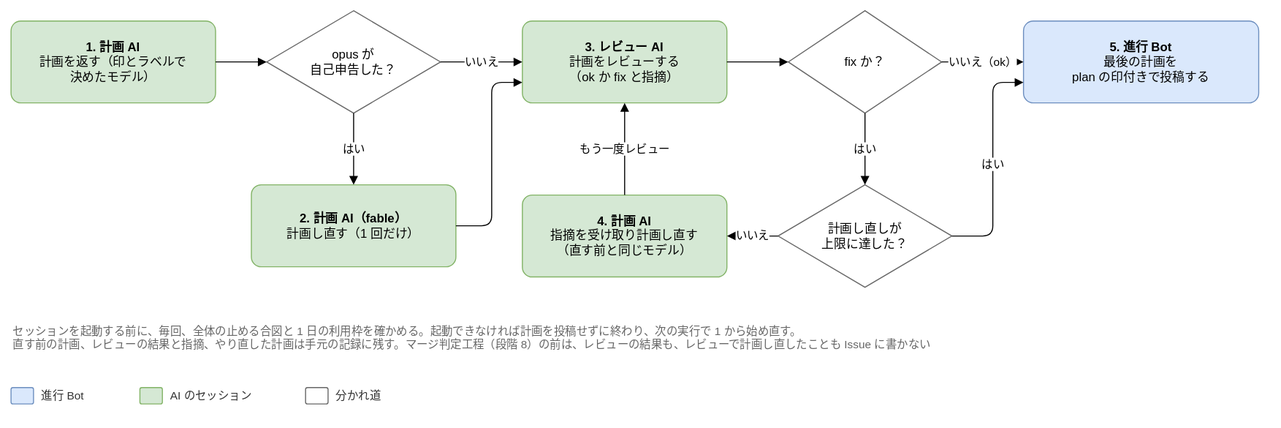
Earlier version of the draw.io export docs/design/basic/diagrams/02-plan-step.drawio.svg (Joymerrevent/dev-autopilot). Source tidied: cells renumbered, new cells last; positions are measured from the earlier drawing's top-left corner, leaving out a move shared by most shapes.
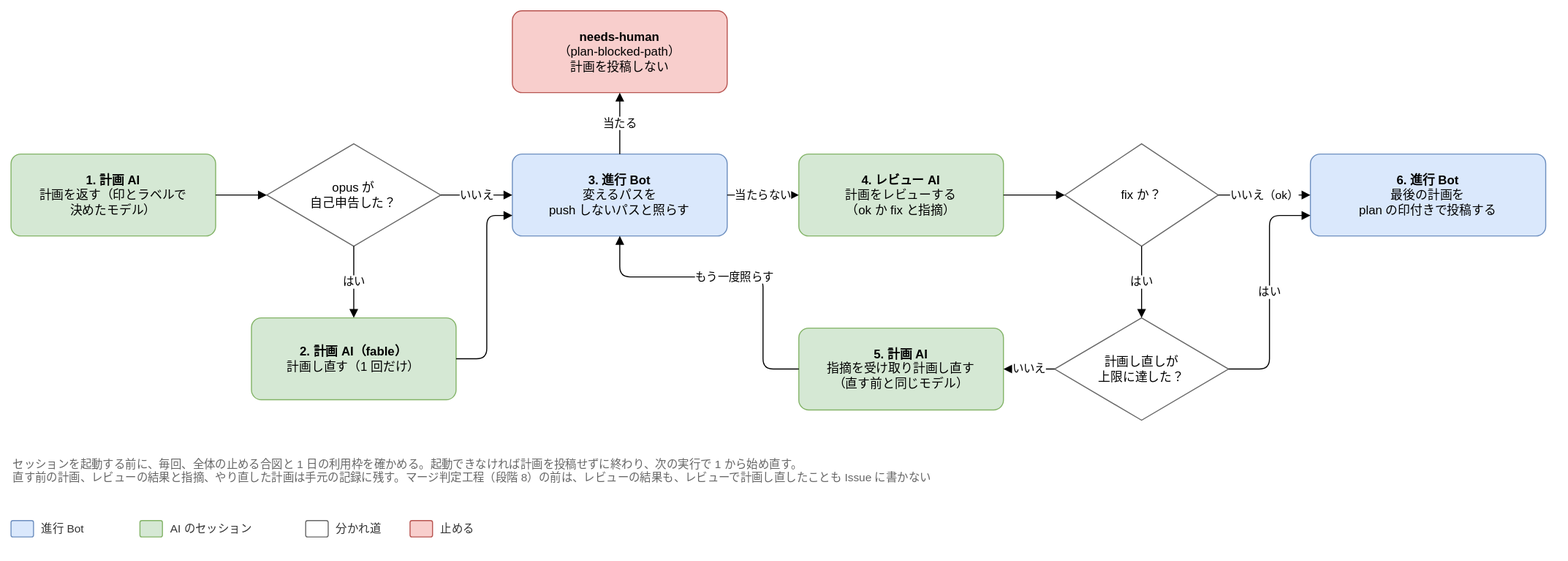
After the change.

Change to the diagram source:
```diff
@@ -11,63 +11,81 @@
     <mxCell id="4" value="&lt;b&gt;2. 計画 AI（fable）&lt;/b&gt;&lt;br&gt;計画し直す（1 回だけ）" style="rounded=1;whiteSpace=wrap;html=1;fontSize=12;arcSize=12;spacing=12;fillColor=#d5e8d4;strokeColor=#82b366;" parent="1" vertex="1">
       <mxGeometry x="235" y="170" width="200" height="80" as="geometry" />
     </mxCell>
-    <mxCell id="5" value="&lt;b&gt;3. レビュー AI&lt;/b&gt;&lt;br&gt;計画をレビューする&lt;br&gt;（ok か fix と指摘）" style="rounded=1;whiteSpace=wrap;html=1;fontSize=12;arcSize=12;spacing=12;fillColor=#d5e8d4;strokeColor=#82b366;" parent="1" vertex="1">
-      <mxGeometry x="500" y="10" width="200" height="80" as="geometry" />
-    </mxCell>
+    <mxCell id="27" value="&lt;b&gt;3. 進行 Bot&lt;/b&gt;&lt;br&gt;変えるパスを&lt;br&gt;push しないパスと照らす" style="rounded=1;whiteSpace=wrap;html=1;fontSize=12;arcSize=12;spacing=12;fillColor=#dae8fc;strokeColor=#6c8ebf;" parent="1" vertex="1">
+      <mxGeometry x="490" y="10" width="210" height="80" as="geometry" />
+    </mxCell>
+    <mxCell id="28" value="&lt;b&gt;needs-human&lt;/b&gt;&lt;br&gt;（plan-blocked-path）&lt;br&gt;計画を投稿しない" style="rounded=1;whiteSpace=wrap;html=1;fontSize=12;arcSize=12;spacing=12;fillColor=#f8cecc;strokeColor=#b85450;" parent="1" vertex="1">
+      <mxGeometry x="490" y="-130" width="210" height="80" as="geometry" />
+    </mxCell>
+    <mxCell id="8" value="&lt;b&gt;4. レビュー AI&lt;/b&gt;&lt;br&gt;計画をレビューする&lt;br&gt;（ok か fix と指摘）" style="rounded=1;whiteSpace=wrap;html=1;fontSize=12;arcSize=12;spacing=12;fillColor=#d5e8d4;strokeColor=#82b366;" parent="1" vertex="1">
+      <mxGeometry x="770" y="10" width="200" height="80" as="geometry" />
+    </mxCell>
     <mxCell id="6" value="fix か？" style="rhombus;whiteSpace=wrap;html=1;fontSize=12;spacing=12;fillColor=#ffffff;strokeColor=#666666;" parent="1" vertex="1">
-      <mxGeometry x="760" width="150" height="100" as="geometry" />
+      <mxGeometry x="1030" width="150" height="100" as="geometry" />
     </mxCell>
     <mxCell id="7" value="計画し直しが&lt;br&gt;上限に達した？" style="rhombus;whiteSpace=wrap;html=1;fontSize=12;spacing=12;fillColor=#ffffff;strokeColor=#666666;" parent="1" vertex="1">
-      <mxGeometry x="750" y="170" width="170" height="100" as="geometry" />
+      <mxGeometry x="1020" y="170" width="170" height="100" as="geometry" />
     </mxCell>
-    <mxCell id="8" value="&lt;b&gt;4. 計画 AI&lt;/b&gt;&lt;br&gt;指摘を受け取り計画し直す&lt;br&gt;（直す前と同じモデル）" style="rounded=1;whiteSpace=wrap;html=1;fontSize=12;arcSize=12;spacing=12;fillColor=#d5e8d4;strokeColor=#82b366;" parent="1" vertex="1">
-      <mxGeometry x="500" y="180" width="200" height="80" as="geometry" />
-    </mxCell>
-    <mxCell id="9" value="&lt;b&gt;5. 進行 Bot&lt;/b&gt;&lt;br&gt;最後の計画を&lt;br&gt;plan の印付きで投稿する" style="rounded=1;whiteSpace=wrap;html=1;fontSize=12;arcSize=12;spacing=12;fillColor=#dae8fc;strokeColor=#6c8ebf;" parent="1" vertex="1">
-      <mxGeometry x="990" y="10" width="230" height="80" as="geometry" />
+    <mxCell id="9" value="&lt;b&gt;5. 計画 AI&lt;/b&gt;&lt;br&gt;指摘を受け取り計画し直す&lt;br&gt;（直す前と同じモデル）" style="rounded=1;whiteSpace=wrap;html=1;fontSize=12;arcSize=12;spacing=12;fillColor=#d5e8d4;strokeColor=#82b366;" parent="1" vertex="1">
+      <mxGeometry x="770" y="180" width="200" height="80" as="geometry" />
     </mxCell>
+    <mxCell id="29" value="&lt;b&gt;6. 進行 Bot&lt;/b&gt;&lt;br&gt;最後の計画を&lt;br&gt;plan の印付きで投稿する" style="rounded=1;whiteSpace=wrap;html=1;fontSize=12;arcSize=12;spacing=12;fillColor=#dae8fc;strokeColor=#6c8ebf;" parent="1" vertex="1">
+      <mxGeometry x="1270" y="10" width="230" height="80" as="geometry" />
+    </mxCell>
     <mxCell id="10" style="edgeStyle=orthogonalEdgeStyle;rounded=1;html=1;endArrow=block;endFill=1;fontSize=11;labelBackgroundColor=#ffffff;exitX=1;exitY=0.5;exitDx=0;exitDy=0;entryX=0;entryY=0.5;entryDx=0;entryDy=0;" parent="1" edge="1" source="2" target="3">
       <mxGeometry relative="1" as="geometry" />
     </mxCell>
     <mxCell id="11" value="はい" style="edgeStyle=orthogonalEdgeStyle;rounded=1;html=1;endArrow=block;endFill=1;fontSize=11;labelBackgroundColor=#ffffff;exitX=0.5;exitY=1;exitDx=0;exitDy=0;entryX=0.5;entryY=0;entryDx=0;entryDy=0;" parent="1" edge="1" source="3" target="4">
       <mxGeometry relative="1" as="geometry" />
     </mxCell>
-    <mxCell id="12" value="いいえ" style="edgeStyle=orthogonalEdgeStyle;rounded=1;html=1;endArrow=block;endFill=1;fontSize=11;labelBackgroundColor=#ffffff;exitX=1;exitY=0.5;exitDx=0;exitDy=0;entryX=0;entryY=0.5;entryDx=0;entryDy=0;" parent="1" edge="1" source="3" target="5">
+    <mxCell id="12" value="いいえ" style="edgeStyle=orthogonalEdgeStyle;rounded=1;html=1;endArrow=block;endFill=1;fontSize=11;labelBackgroundColor=#ffffff;exitX=1;exitY=0.5;exitDx=0;exitDy=0;entryX=0;entryY=0.5;entryDx=0;entryDy=0;" parent="1" edge="1" source="3" target="27">
       <mxGeometry relative="1" as="geometry" />
     </mxCell>
-    <mxCell id="13" style="edgeStyle=orthogonalEdgeStyle;rounded=1;html=1;endArrow=block;endFill=1;fontSize=11;labelBackgroundColor=#ffffff;exitX=1;exitY=0.5;exitDx=0;exitDy=0;entryX=0;entryY=0.75;entryDx=0;entryDy=0;" parent="1" edge="1" source="4" target="5">
+    <mxCell id="13" style="edgeStyle=orthogonalEdgeStyle;rounded=1;html=1;endArrow=block;endFill=1;fontSize=11;labelBackgroundColor=#ffffff;exitX=1;exitY=0.5;exitDx=0;exitDy=0;entryX=0;entryY=0.75;entryDx=0;entryDy=0;" parent="1" edge="1" source="4" target="27">
       <mxGeometry relative="1" as="geometry">
         <Array as="points">
-          <mxPoint x="470" y="210" />
-          <mxPoint x="470" y="70" />
+          <mxPoint x="465" y="210" />
+          <mxPoint x="465" y="70" />
         </Array>
       </mxGeometry>
     </mxCell>
-    <mxCell id="14" style="edgeStyle=orthogonalEdgeStyle;rounded=1;html=1;endArrow=block;endFill=1;fontSize=11;labelBackgroundColor=#ffffff;exitX=1;exitY=0.5;exitDx=0;exitDy=0;entryX=0;entryY=0.5;entryDx=0;entryDy=0;" parent="1" edge="1" source="5" target="6">
+    <mxCell id="14" value="当たる" style="edgeStyle=orthogonalEdgeStyle;rounded=1;html=1;endArrow=block;endFill=1;fontSize=11;labelBackgroundColor=#ffffff;exitX=0.5;exitY=0;exitDx=0;exitDy=0;entryX=0.5;entryY=1;entryDx=0;entryDy=0;" parent="1" edge="1" source="27" target="28">
       <mxGeometry relative="1" as="geometry" />
     </mxCell>
-    <mxCell id="15" value="いいえ（ok）" style="edgeStyle=orthogonalEdgeStyle;rounded=1;html=1;endArrow=block;endFill=1;fontSize=11;labelBackgroundColor=#ffffff;exitX=1;exitY=0.5;exitDx=0;exitDy=0;entryX=0;entryY=0.5;entryDx=0;entryDy=0;" parent="1" edge="1" source="6" target="9">
+    <mxCell id="15" value="当たらない" style="edgeStyle=orthogonalEdgeStyle;rounded=1;html=1;endArrow=block;endFill=1;fontSize=11;labelBackgroundColor=#ffffff;exitX=1;exitY=0.5;exitDx=0;exitDy=0;entryX=0;entryY=0.5;entryDx=0;entryDy=0;" parent="1" edge="1" source="27" target="8">
       <mxGeometry relative="1" as="geometry" />
     </mxCell>
-    <mxCell id="16" value="はい" style="edgeStyle=orthogonalEdgeStyle;rounded=1;html=1;endArrow=block;endFill=1;fontSize=11;labelBackgroundColor=#ffffff;exitX=0.5;exitY=1;exitDx=0;exitDy=0;entryX=0.5;entryY=0;entryDx=0;entryDy=0;" parent="1" edge="1" source="6" target="7">
+    <mxCell id="16" style="edgeStyle=orthogonalEdgeStyle;rounded=1;html=1;endArrow=block;endFill=1;fontSize=11;labelBackgroundColor=#ffffff;exitX=1;exitY=0.5;exitDx=0;exitDy=0;entryX=0;entryY=0.5;entryDx=0;entryDy=0;" parent="1" edge="1" source="8" target="6">
       <mxGeometry relative="1" as="geometry" />
     </mxCell>
-    <mxCell id="17" value="はい" style="edgeStyle=orthogonalEdgeStyle;rounded=1;html=1;endArrow=block;endFill=1;fontSize=11;labelBackgroundColor=#ffffff;exitX=1;exitY=0.5;exitDx=0;exitDy=0;entryX=0;entryY=0.75;entryDx=0;entryDy=0;" parent="1" edge="1" source="7" target="9">
-      <mxGeometry relative="1" as="geometry">
-        <Array as="points">
-          <mxPoint x="960" y="220" />
-          <mxPoint x="960" y="70" />
-        </Array>
-      </mxGeometry>
+    <mxCell id="17" value="いいえ（ok）" style="edgeStyle=orthogonalEdgeStyle;rounded=1;html=1;endArrow=block;endFill=1;fontSize=11;labelBackgroundColor=#ffffff;exitX=1;exitY=0.5;exitDx=0;exitDy=0;entryX=0;entryY=0.5;entryDx=0;entryDy=0;" parent="1" edge="1" source="6" target="29">
+      <mxGeometry relative="1" as="geometry" />
     </mxCell>
-    <mxCell id="18" value="いいえ" style="edgeStyle=orthogonalEdgeStyle;rounded=1;html=1;endArrow=block;endFill=1;fontSize=11;labelBackgroundColor=#ffffff;exitX=0;exitY=0.5;exitDx=0;exitDy=0;entryX=1;entryY=0.5;entryDx=0;entryDy=0;" parent="1" edge="1" source="7" target="8">
+    <mxCell id="18" value="はい" style="edgeStyle=orthogonalEdgeStyle;rounded=1;html=1;endArrow=block;endFill=1;fontSize=11;labelBackgroundColor=#ffffff;exitX=0.5;exitY=1;exitDx=0;exitDy=0;entryX=0.5;entryY=0;entryDx=0;entryDy=0;" parent="1" edge="1" source="6" target="7">
       <mxGeometry relative="1" as="geometry" />
     </mxCell>
-    <mxCell id="19" value="もう一度レビュー" style="edgeStyle=orthogonalEdgeStyle;rounded=1;html=1;endArrow=block;endFill=1;fontSize=11;labelBackgroundColor=#ffffff;exitX=0.5;exitY=0;exitDx=0;exitDy=0;entryX=0.5;entryY=1;entryDx=0;entryDy=0;" parent="1" edge="1" source="8" target="5">
-      <mxGeometry relative="1" as="geometry" />
+    <mxCell id="19" value="はい" style="edgeStyle=orthogonalEdgeStyle;rounded=1;html=1;endArrow=block;endFill=1;fontSize=11;labelBackgroundColor=#ffffff;exitX=1;exitY=0.5;exitDx=0;exitDy=0;entryX=0;entryY=0.75;entryDx=0;entryDy=0;" parent="1" edge="1" source="7" target="29">
+      <mxGeometry relative="1" as="geometry">
+        <Array as="points">
+          <mxPoint x="1230" y="220" />
+          <mxPoint x="1230" y="70" />
+        </Array>
+      </mxGeometry>
     </mxCell>
+    <mxCell id="30" value="いいえ" style="edgeStyle=orthogonalEdgeStyle;rounded=1;html=1;endArrow=block;endFill=1;fontSize=11;labelBackgroundColor=#ffffff;exitX=0;exitY=0.5;exitDx=0;exitDy=0;entryX=1;entryY=0.5;entryDx=0;entryDy=0;" parent="1" edge="1" source="7" target="9">
+      <mxGeometry relative="1" as="geometry" />
+    </mxCell>
+    <mxCell id="31" value="もう一度照らす" style="edgeStyle=orthogonalEdgeStyle;rounded=1;html=1;endArrow=block;endFill=1;fontSize=11;labelBackgroundColor=#ffffff;exitX=0;exitY=0.5;exitDx=0;exitDy=0;entryX=0.5;entryY=1;entryDx=0;entryDy=0;" parent="1" edge="1" source="9" target="27">
+      <mxGeometry relative="1" as="geometry">
+        <Array as="points">
+          <mxPoint x="735" y="220" />
+          <mxPoint x="735" y="130" />
+          <mxPoint x="595" y="130" />
+        </Array>
+      </mxGeometry>
+    </mxCell>
     <mxCell id="20" value="セッションを起動する前に、毎回、全体の止める合図と 1 日の利用枠を確かめる。起動できなければ計画を投稿せずに終わり、次の実行で 1 から始め直す。&lt;br&gt;直す前の計画、レビューの結果と指摘、やり直した計画は手元の記録に残す。マージ判定工程（段階 8）の前は、レビューの結果も、レビューで計画し直したことも Issue に書かない" style="text;html=1;whiteSpace=wrap;align=left;verticalAlign=top;fontSize=11;fontColor=#666666;" parent="1" vertex="1">
-      <mxGeometry y="300" width="1220" height="54" as="geometry" />
+      <mxGeometry y="300" width="1500" height="54" as="geometry" />
     </mxCell>
     <mxCell id="21" style="rounded=1;whiteSpace=wrap;html=1;fontSize=12;arcSize=12;spacing=12;fillColor=#dae8fc;strokeColor=#6c8ebf;" parent="1" vertex="1">
       <mxGeometry y="368" width="22" height="16" as="geometry" />
@@ -87,5 +105,11 @@
     <mxCell id="26" value="分かれ道" style="text;html=1;align=left;verticalAlign=middle;fontSize=11;fontColor=#333333;" parent="1" vertex="1">
       <mxGeometry x="316" y="366" width="58" height="20" as="geometry" />
     </mxCell>
+    <mxCell id="32" style="rounded=1;whiteSpace=wrap;html=1;fontSize=12;arcSize=12;spacing=12;fillColor=#f8cecc;strokeColor=#b85450;" parent="1" vertex="1">
+      <mxGeometry x="390" y="368" width="22" height="16" as="geometry" />
+    </mxCell>
+    <mxCell id="33" value="止める" style="text;html=1;align=left;verticalAlign=middle;fontSize=11;fontColor=#333333;" parent="1" vertex="1">
+      <mxGeometry x="418" y="366" width="46" height="20" as="geometry" />
+    </mxCell>
   </root>
 </mxGraphModel>
```
